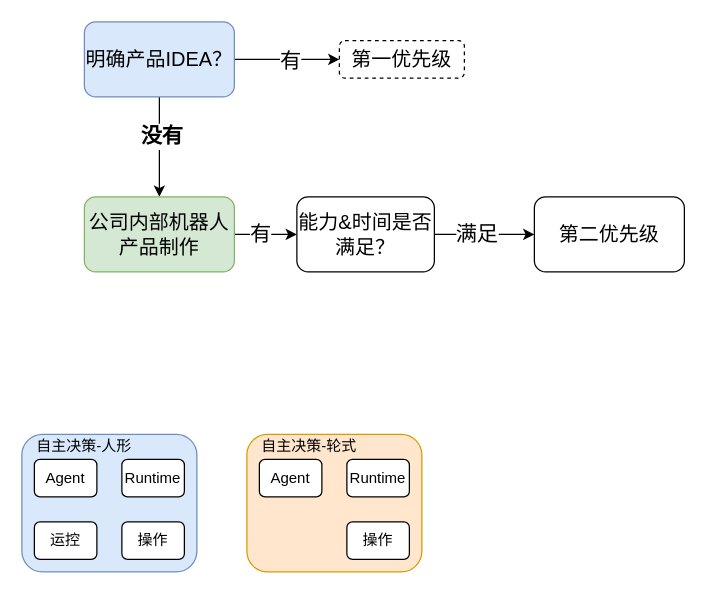
Before: WorkSpace/自主决策-.drawio in mailonghua/drawio, a draw.io diagram. Source tidied: cells renumbered, new cells numbered last; positions are measured from the earlier drawing's top-left corner, leaving out a move shared by most shapes. Both pictures are drawn from the tidied source at 125%, with x=0, y=0 at pixel (21, 21).
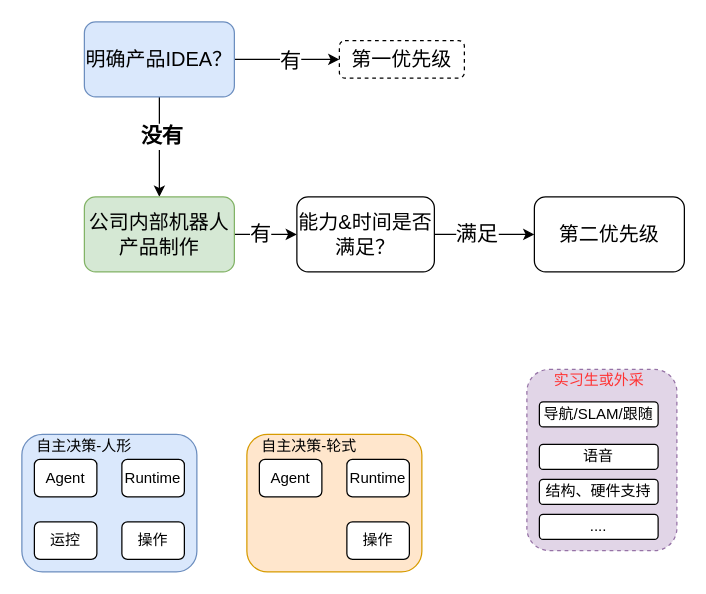
After the change.

Commit message:
更新自主决策-.drawio

Diff of the diagram source:
```diff
@@
+    <mxCell id="26" style="rounded=1;whiteSpace=wrap;html=1;fillColor=#e1d5e7;strokeColor=#9673a6;dashed=1;" parent="1" vertex="1">
+      <mxGeometry x="404" y="278" width="120" height="145" as="geometry" />
+    </mxCell>
@@
+    <mxCell id="27" value="导航/SLAM/跟随" style="rounded=1;whiteSpace=wrap;html=1;" parent="1" vertex="1">
+      <mxGeometry x="414" y="304" width="95" height="20" as="geometry" />
+    </mxCell>
+    <mxCell id="28" value="语音" style="rounded=1;whiteSpace=wrap;html=1;" parent="1" vertex="1">
+      <mxGeometry x="414" y="338" width="95" height="20" as="geometry" />
+    </mxCell>
+    <mxCell id="29" value="结构、硬件支持" style="rounded=1;whiteSpace=wrap;html=1;" parent="1" vertex="1">
+      <mxGeometry x="414" y="366" width="95" height="20" as="geometry" />
+    </mxCell>
+    <mxCell id="30" value="...." style="rounded=1;whiteSpace=wrap;html=1;" parent="1" vertex="1">
+      <mxGeometry x="414" y="394" width="95" height="20" as="geometry" />
+    </mxCell>
+    <mxCell id="31" value="实习生或外采" style="text;html=1;whiteSpace=wrap;strokeColor=none;fillColor=none;align=center;verticalAlign=middle;rounded=0;fontColor=#FF3333;" parent="1" vertex="1">
+      <mxGeometry x="421.5" y="278" width="80" height="17" as="geometry" />
+    </mxCell>
```
